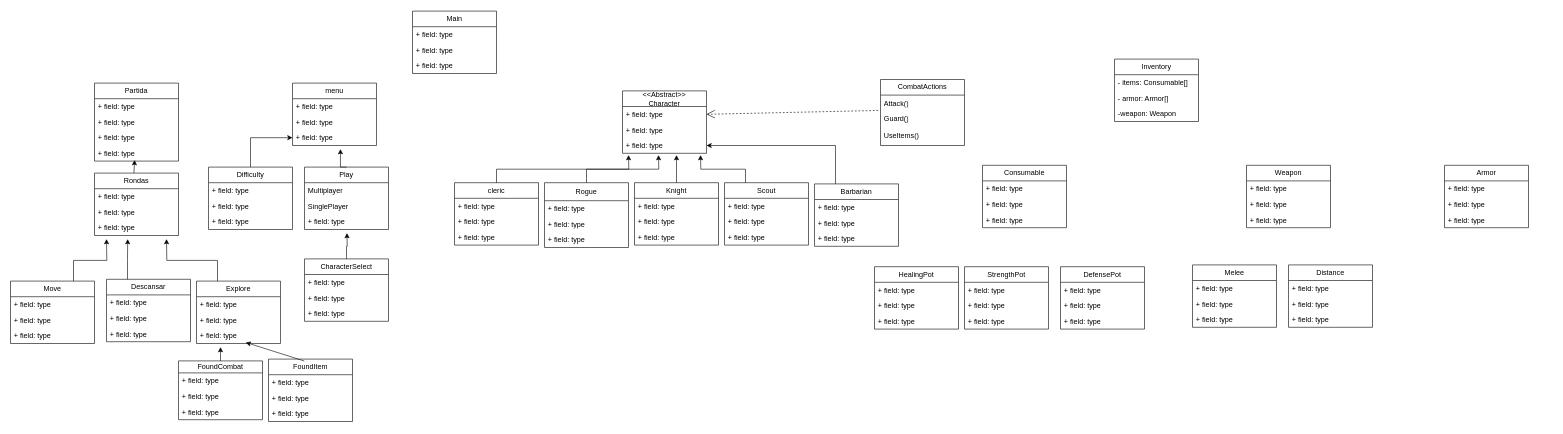
Before: _MedievalZone/Medieval-Zone-Diagram.drawio in Loadingexploat83/Medieval-Zone, a draw.io diagram. Source tidied: cells renumbered, new cells numbered last; positions are measured from the earlier drawing's top-left corner, leaving out a move shared by most shapes. Both pictures are drawn from the tidied source at 60%, with x=0, y=0 at pixel (10, 11).
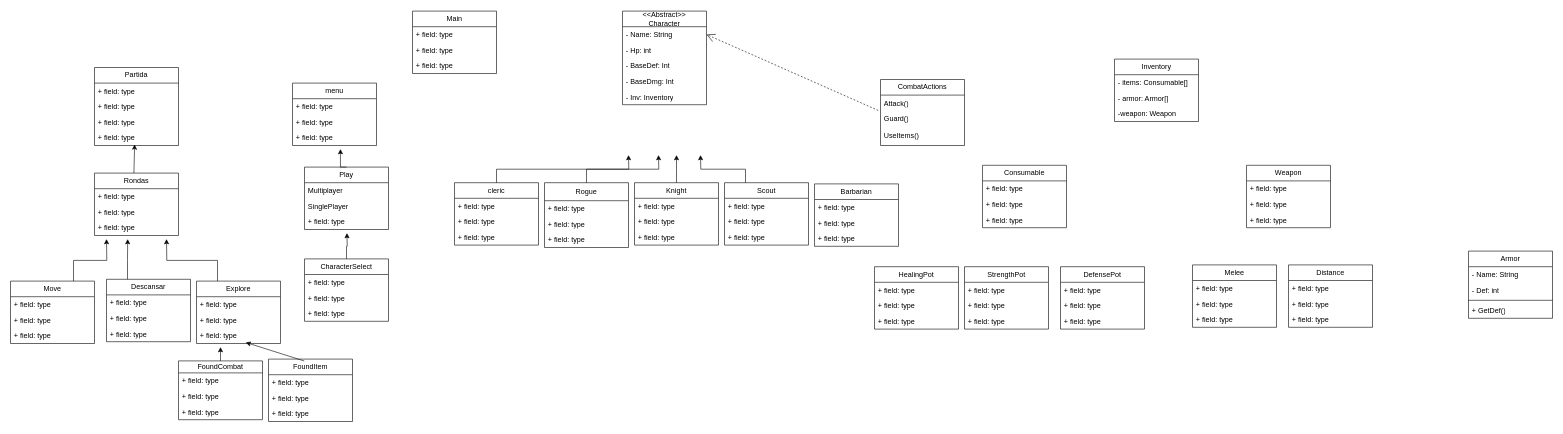
The same page after the edit.

The change refers to these unchanged cells:
```xml
<mxCell id="9" value="+ field: type" style="text;strokeColor=none;fillColor=none;align=left;verticalAlign=top;spacingLeft=4;spacingRight=4;overflow=hidden;points=[[0,0.5],[1,0.5]];portConstraint=eastwest;whiteSpace=wrap;html=1;" parent="6" vertex="1">
  <mxGeometry y="78" width="140" height="26" as="geometry" />
</mxCell>
<mxCell id="75" value="Barbarian" style="swimlane;fontStyle=0;horizontal=1;startSize=26;fillColor=none;whiteSpace=wrap;html=1;" parent="1" vertex="1">
  <mxGeometry x="1340" y="288" width="140" height="104" as="geometry" />
</mxCell>
```

Diff of the diagram source:
```diff
@@
     <mxCell id="10" value="Partida" style="swimlane;fontStyle=0;horizontal=1;startSize=26;fillColor=none;whiteSpace=wrap;html=1;" parent="1" vertex="1">
-      <mxGeometry x="140" y="120" width="140" height="130" as="geometry" />
+      <mxGeometry x="140" y="94" width="140" height="130" as="geometry" />
     </mxCell>
@@
-    <mxCell id="35" style="edgeStyle=orthogonalEdgeStyle;rounded=0;jettySize=auto;html=1;exitX=0.5;exitY=0;exitDx=0;exitDy=0;entryX=0;entryY=0.5;entryDx=0;entryDy=0;" parent="1" edge="1" source="36" target="9">
-      <mxGeometry relative="1" as="geometry" />
-    </mxCell>
-    <mxCell id="36" value="Difficulty" style="swimlane;fontStyle=0;horizontal=1;startSize=26;fillColor=none;whiteSpace=wrap;html=1;" parent="1" vertex="1">
-      <mxGeometry x="330" y="260" width="140" height="104" as="geometry" />
-    </mxCell>
-    <mxCell id="37" value="+ field: type" style="text;strokeColor=none;fillColor=none;align=left;verticalAlign=top;spacingLeft=4;spacingRight=4;overflow=hidden;whiteSpace=wrap;html=1;" parent="36" vertex="1">
-      <mxGeometry y="26" width="140" height="26" as="geometry" />
-    </mxCell>
-    <mxCell id="38" value="+ field: type" style="text;strokeColor=none;fillColor=none;align=left;verticalAlign=top;spacingLeft=4;spacingRight=4;overflow=hidden;whiteSpace=wrap;html=1;" parent="36" vertex="1">
-      <mxGeometry y="52" width="140" height="26" as="geometry" />
-    </mxCell>
-    <mxCell id="39" value="+ field: type" style="text;strokeColor=none;fillColor=none;align=left;verticalAlign=top;spacingLeft=4;spacingRight=4;overflow=hidden;whiteSpace=wrap;html=1;" parent="36" vertex="1">
-      <mxGeometry y="78" width="140" height="26" as="geometry" />
-    </mxCell>
@@
     <mxCell id="50" value="&lt;div&gt;&lt;font&gt;&amp;lt;&amp;lt;Abstract&amp;gt;&amp;gt;&lt;/font&gt;&lt;/div&gt;&lt;font&gt;Character&lt;/font&gt;" style="swimlane;fontStyle=0;horizontal=1;startSize=26;fillColor=none;whiteSpace=wrap;html=1;" parent="1" vertex="1">
-      <mxGeometry x="1020" y="133" width="140" height="104" as="geometry" />
+      <mxGeometry x="1020" width="140" height="156" as="geometry" />
     </mxCell>
-    <mxCell id="51" value="+ field: type" style="text;strokeColor=none;fillColor=none;align=left;verticalAlign=top;spacingLeft=4;spacingRight=4;overflow=hidden;points=[[0,0.5],[1,0.5]];portConstraint=eastwest;whiteSpace=wrap;html=1;" parent="50" vertex="1">
+    <mxCell id="51" value="- Name: String" style="text;strokeColor=none;fillColor=none;align=left;verticalAlign=top;spacingLeft=4;spacingRight=4;overflow=hidden;points=[[0,0.5],[1,0.5]];portConstraint=eastwest;whiteSpace=wrap;html=1;" parent="50" vertex="1">
       <mxGeometry y="26" width="140" height="26" as="geometry" />
     </mxCell>
-    <mxCell id="52" value="+ field: type" style="text;strokeColor=none;fillColor=none;align=left;verticalAlign=top;spacingLeft=4;spacingRight=4;overflow=hidden;whiteSpace=wrap;html=1;" parent="50" vertex="1">
+    <mxCell id="52" value="- Hp: int" style="text;strokeColor=none;fillColor=none;align=left;verticalAlign=top;spacingLeft=4;spacingRight=4;overflow=hidden;whiteSpace=wrap;html=1;" parent="50" vertex="1">
       <mxGeometry y="52" width="140" height="26" as="geometry" />
     </mxCell>
-    <mxCell id="53" value="+ field: type" style="text;strokeColor=none;fillColor=none;align=left;verticalAlign=top;spacingLeft=4;spacingRight=4;overflow=hidden;points=[[0,0.5],[1,0.5]];portConstraint=eastwest;whiteSpace=wrap;html=1;" parent="50" vertex="1">
+    <mxCell id="53" value="- BaseDef: Int" style="text;strokeColor=none;fillColor=none;align=left;verticalAlign=top;spacingLeft=4;spacingRight=4;overflow=hidden;points=[[0,0.5],[1,0.5]];portConstraint=eastwest;whiteSpace=wrap;html=1;" parent="50" vertex="1">
       <mxGeometry y="78" width="140" height="26" as="geometry" />
     </mxCell>
+    <mxCell id="130" value="- BaseDmg: Int" style="text;strokeColor=none;fillColor=none;align=left;verticalAlign=top;spacingLeft=4;spacingRight=4;overflow=hidden;whiteSpace=wrap;html=1;" parent="50" vertex="1">
+      <mxGeometry y="104" width="140" height="26" as="geometry" />
+    </mxCell>
+    <mxCell id="131" value="- Inv: Inventory" style="text;strokeColor=none;fillColor=none;align=left;verticalAlign=top;spacingLeft=4;spacingRight=4;overflow=hidden;whiteSpace=wrap;html=1;" parent="50" vertex="1">
+      <mxGeometry y="130" width="140" height="26" as="geometry" />
+    </mxCell>
@@
-    <mxCell id="74" style="edgeStyle=orthogonalEdgeStyle;rounded=0;jettySize=auto;html=1;exitX=0.25;exitY=0;exitDx=0;exitDy=0;entryX=1;entryY=0.5;entryDx=0;entryDy=0;" parent="1" edge="1" source="75" target="53">
-      <mxGeometry relative="1" as="geometry" />
-    </mxCell>
@@
     <mxCell id="101" value="Armor" style="swimlane;fontStyle=0;horizontal=1;startSize=26;fillColor=none;whiteSpace=wrap;html=1;" parent="1" vertex="1">
-      <mxGeometry x="2390" y="257" width="140" height="104" as="geometry" />
+      <mxGeometry x="2430" y="400" width="140" height="112" as="geometry" />
     </mxCell>
-    <mxCell id="102" value="+ field: type" style="text;strokeColor=none;fillColor=none;align=left;verticalAlign=top;spacingLeft=4;spacingRight=4;overflow=hidden;whiteSpace=wrap;html=1;" parent="101" vertex="1">
-      <mxGeometry y="26" width="140" height="26" as="geometry" />
-    </mxCell>
-    <mxCell id="103" value="+ field: type" style="text;strokeColor=none;fillColor=none;align=left;verticalAlign=top;spacingLeft=4;spacingRight=4;overflow=hidden;whiteSpace=wrap;html=1;" parent="101" vertex="1">
-      <mxGeometry y="52" width="140" height="26" as="geometry" />
+    <mxCell id="103" value="- Name: String" style="text;strokeColor=none;fillColor=none;align=left;verticalAlign=top;spacingLeft=4;spacingRight=4;overflow=hidden;whiteSpace=wrap;html=1;" parent="101" vertex="1">
+      <mxGeometry y="26" width="140" height="26" as="geometry" />
     </mxCell>
-    <mxCell id="104" value="+ field: type" style="text;strokeColor=none;fillColor=none;align=left;verticalAlign=top;spacingLeft=4;spacingRight=4;overflow=hidden;whiteSpace=wrap;html=1;" parent="101" vertex="1">
-      <mxGeometry y="78" width="140" height="26" as="geometry" />
+    <mxCell id="104" value="- Def: int" style="text;strokeColor=none;fillColor=none;align=left;verticalAlign=top;spacingLeft=4;spacingRight=4;overflow=hidden;whiteSpace=wrap;html=1;" parent="101" vertex="1">
+      <mxGeometry y="52" width="140" height="26" as="geometry" />
     </mxCell>
+    <mxCell id="132" style="line;strokeWidth=1;fillColor=none;align=left;verticalAlign=middle;spacingTop=-1;spacingLeft=3;spacingRight=3;labelPosition=right;strokeColor=inherit;" parent="101" vertex="1">
+      <mxGeometry y="78" width="140" height="8" as="geometry" />
+    </mxCell>
+    <mxCell id="133" value="+ GetDef()" style="text;strokeColor=none;fillColor=none;align=left;verticalAlign=top;spacingLeft=4;spacingRight=4;overflow=hidden;whiteSpace=wrap;html=1;" parent="101" vertex="1">
+      <mxGeometry y="86" width="140" height="26" as="geometry" />
+    </mxCell>
```
